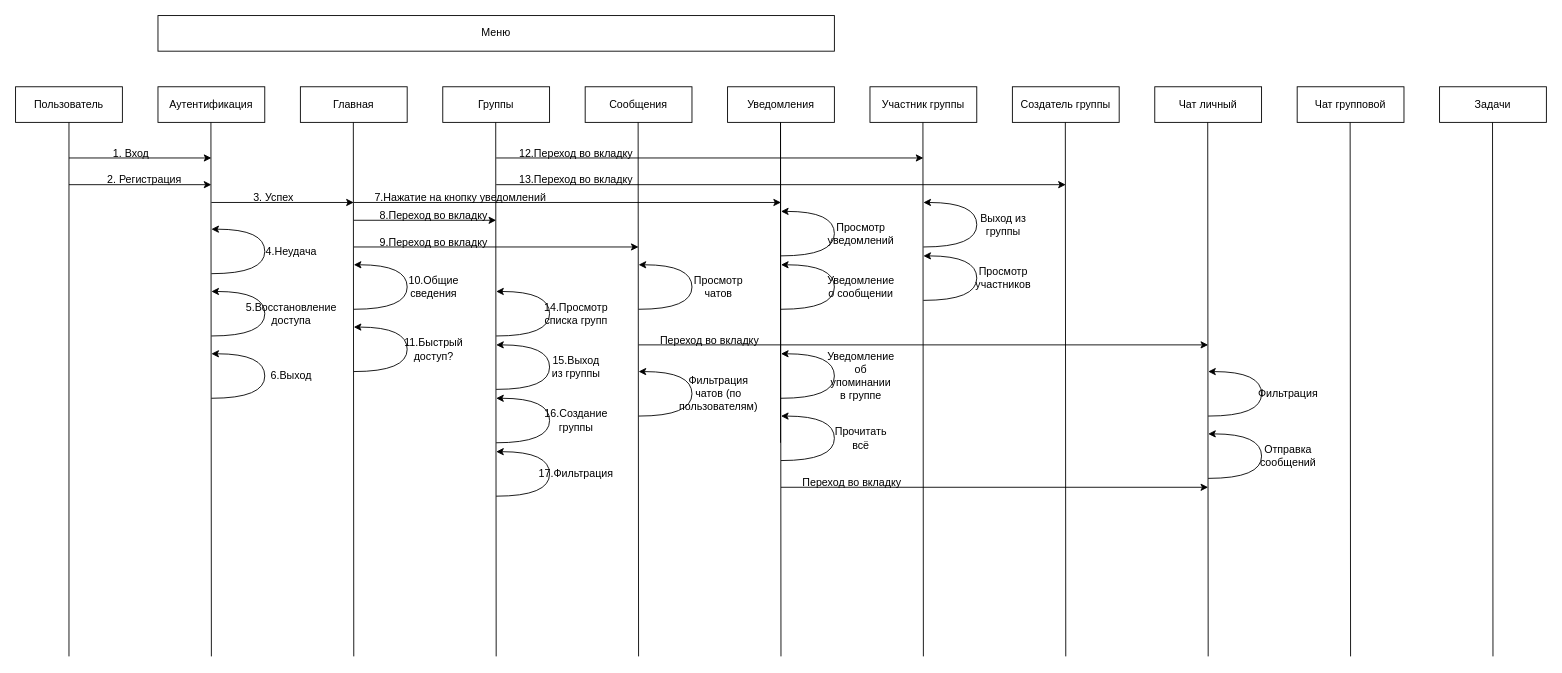
Before: Не программные файлы/Диаграмма последовательности.drawio in Sadaly/StudyTaskManager_Coursework, a draw.io diagram. Source tidied: cells renumbered, new cells numbered last; positions are measured from the earlier drawing's top-left corner, leaving out a move shared by most shapes. Both pictures are drawn from the tidied source at 89%, with x=0, y=0 at pixel (15, 15).
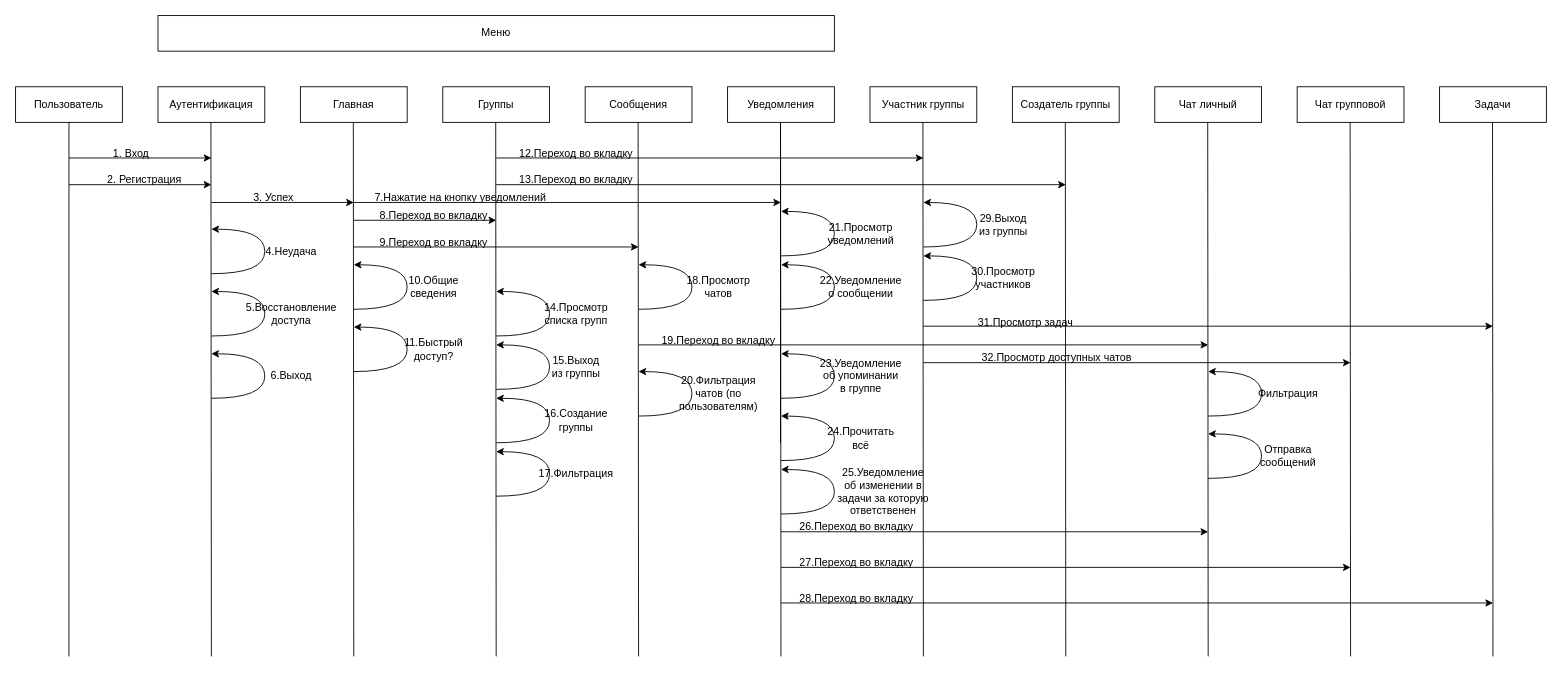
After the change.

The edit, as a diff of the source:
```diff
@@
-    <mxCell id="40" value="Просмотр чатов" style="text;html=1;align=center;verticalAlign=middle;whiteSpace=wrap;rounded=0;" parent="1" vertex="1">
+    <mxCell id="40" value="18.&lt;span style=&quot;background-color: transparent; color: light-dark(rgb(0, 0, 0), rgb(255, 255, 255));&quot;&gt;Просмотр чатов&lt;/span&gt;" style="text;html=1;align=center;verticalAlign=middle;whiteSpace=wrap;rounded=0;" parent="1" vertex="1">
       <mxGeometry x="760" y="290" width="60" height="30" as="geometry" />
     </mxCell>
@@
-    <mxCell id="44" value="Переход во вкладку" style="text;html=1;align=center;verticalAlign=middle;whiteSpace=wrap;rounded=0;" parent="1" vertex="1">
-      <mxGeometry x="720" y="350" width="120" height="30" as="geometry" />
+    <mxCell id="44" value="19.Переход во вкладку" style="text;html=1;align=center;verticalAlign=middle;whiteSpace=wrap;rounded=0;" parent="1" vertex="1">
+      <mxGeometry x="720" y="350" width="140" height="30" as="geometry" />
     </mxCell>
@@
-    <mxCell id="50" value="Фильтрация&lt;div&gt;чатов (по пользователям)&lt;/div&gt;" style="text;html=1;align=center;verticalAlign=middle;whiteSpace=wrap;rounded=0;" parent="1" vertex="1">
+    <mxCell id="50" value="20.Фильтрация&lt;div&gt;чатов (по пользователям)&lt;/div&gt;" style="text;html=1;align=center;verticalAlign=middle;whiteSpace=wrap;rounded=0;" parent="1" vertex="1">
       <mxGeometry x="760" y="410" width="60" height="30" as="geometry" />
     </mxCell>
@@
-    <mxCell id="54" value="Выход из группы" style="text;html=1;align=center;verticalAlign=middle;whiteSpace=wrap;rounded=0;" parent="1" vertex="1">
+    <mxCell id="54" value="29.Выход из группы" style="text;html=1;align=center;verticalAlign=middle;whiteSpace=wrap;rounded=0;" parent="1" vertex="1">
       <mxGeometry x="1080" y="220" width="60" height="30" as="geometry" />
     </mxCell>
@@
-    <mxCell id="56" value="Просмотр участников" style="text;html=1;align=center;verticalAlign=middle;whiteSpace=wrap;rounded=0;" parent="1" vertex="1">
+    <mxCell id="56" value="30.Просмотр участников" style="text;html=1;align=center;verticalAlign=middle;whiteSpace=wrap;rounded=0;" parent="1" vertex="1">
       <mxGeometry x="1080" y="280" width="60" height="30" as="geometry" />
     </mxCell>
@@
-    <mxCell id="67" value="Просмотр уведомлений" style="text;html=1;align=center;verticalAlign=middle;whiteSpace=wrap;rounded=0;" parent="1" vertex="1">
+    <mxCell id="67" value="21.Просмотр уведомлений" style="text;html=1;align=center;verticalAlign=middle;whiteSpace=wrap;rounded=0;" parent="1" vertex="1">
       <mxGeometry x="920" y="230" width="60" height="30" as="geometry" />
     </mxCell>
@@
-    <mxCell id="73" value="Уведомление о сообщении" style="text;html=1;align=center;verticalAlign=middle;whiteSpace=wrap;rounded=0;" parent="1" vertex="1">
+    <mxCell id="73" value="22.Уведомление о сообщении" style="text;html=1;align=center;verticalAlign=middle;whiteSpace=wrap;rounded=0;" parent="1" vertex="1">
       <mxGeometry x="920" y="290" width="60" height="30" as="geometry" />
     </mxCell>
@@
-    <mxCell id="75" value="Уведомление об упоминании в группе" style="text;html=1;align=center;verticalAlign=middle;whiteSpace=wrap;rounded=0;" parent="1" vertex="1">
+    <mxCell id="75" value="23.Уведомление об упоминании в группе" style="text;html=1;align=center;verticalAlign=middle;whiteSpace=wrap;rounded=0;" parent="1" vertex="1">
       <mxGeometry x="920" y="390" width="60" height="30" as="geometry" />
     </mxCell>
@@
-    <mxCell id="77" value="Прочитать всё" style="text;html=1;align=center;verticalAlign=middle;whiteSpace=wrap;rounded=0;" parent="1" vertex="1">
+    <mxCell id="77" value="24.Прочитать всё" style="text;html=1;align=center;verticalAlign=middle;whiteSpace=wrap;rounded=0;" parent="1" vertex="1">
       <mxGeometry x="920" y="460" width="60" height="30" as="geometry" />
     </mxCell>
     <mxCell id="78" style="endArrow=classic;html=1;rounded=0;" parent="1" edge="1">
       <mxGeometry relative="1" as="geometry">
-        <mxPoint x="860" y="530" as="sourcePoint" />
-        <mxPoint x="1340" y="530" as="targetPoint" />
+        <mxPoint x="860" y="580" as="sourcePoint" />
+        <mxPoint x="1340" y="580" as="targetPoint" />
       </mxGeometry>
     </mxCell>
-    <mxCell id="79" value="Переход во вкладку" style="text;html=1;align=center;verticalAlign=middle;whiteSpace=wrap;rounded=0;" parent="1" vertex="1">
-      <mxGeometry x="880" y="510" width="120" height="30" as="geometry" />
+    <mxCell id="79" value="26.Переход во вкладку" style="text;html=1;align=center;verticalAlign=middle;whiteSpace=wrap;rounded=0;" parent="1" vertex="1">
+      <mxGeometry x="880" y="560" width="130" height="30" as="geometry" />
     </mxCell>
@@
+    <mxCell id="84" style="endArrow=classic;html=1;rounded=0;" parent="1" edge="1">
+      <mxGeometry relative="1" as="geometry">
+        <mxPoint x="860" y="620" as="sourcePoint" />
+        <mxPoint x="1500" y="620" as="targetPoint" />
+      </mxGeometry>
+    </mxCell>
+    <mxCell id="85" value="27.Переход во вкладку" style="text;html=1;align=center;verticalAlign=middle;whiteSpace=wrap;rounded=0;" parent="1" vertex="1">
+      <mxGeometry x="880" y="600" width="130" height="30" as="geometry" />
+    </mxCell>
+    <mxCell id="86" style="curved=1;endArrow=classic;html=1;rounded=0;" parent="1" edge="1">
+      <mxGeometry relative="1" as="geometry">
+        <mxPoint x="860" y="560" as="sourcePoint" />
+        <mxPoint x="860" y="510" as="targetPoint" />
+        <Array as="points">
+          <mxPoint x="920" y="560" />
+          <mxPoint x="920" y="510" />
+          <mxPoint x="860" y="510" />
+        </Array>
+      </mxGeometry>
+    </mxCell>
+    <mxCell id="87" value="25.Уведомление об изменении в задачи за которую ответственен" style="text;html=1;align=center;verticalAlign=middle;whiteSpace=wrap;rounded=0;" parent="1" vertex="1">
+      <mxGeometry x="920" y="520" width="110" height="30" as="geometry" />
+    </mxCell>
+    <mxCell id="88" style="endArrow=classic;html=1;rounded=0;" parent="1" edge="1">
+      <mxGeometry relative="1" as="geometry">
+        <mxPoint x="860" y="660" as="sourcePoint" />
+        <mxPoint x="1660" y="660" as="targetPoint" />
+      </mxGeometry>
+    </mxCell>
+    <mxCell id="89" value="28.Переход во вкладку" style="text;html=1;align=center;verticalAlign=middle;whiteSpace=wrap;rounded=0;" parent="1" vertex="1">
+      <mxGeometry x="880" y="640" width="130" height="30" as="geometry" />
+    </mxCell>
+    <mxCell id="90" value="31.Просмотр задач" style="text;html=1;align=center;verticalAlign=middle;whiteSpace=wrap;rounded=0;" parent="1" vertex="1">
+      <mxGeometry x="1080" y="330" width="110" height="30" as="geometry" />
+    </mxCell>
+    <mxCell id="91" style="endArrow=classic;html=1;rounded=0;" parent="1" edge="1">
+      <mxGeometry relative="1" as="geometry">
+        <mxPoint x="1020" y="349" as="sourcePoint" />
+        <mxPoint x="1660" y="349" as="targetPoint" />
+      </mxGeometry>
+    </mxCell>
+    <mxCell id="92" style="endArrow=classic;html=1;rounded=0;" parent="1" edge="1">
+      <mxGeometry relative="1" as="geometry">
+        <mxPoint x="1020" y="390" as="sourcePoint" />
+        <mxPoint x="1500" y="390" as="targetPoint" />
+      </mxGeometry>
+    </mxCell>
+    <mxCell id="93" value="32.Просмотр доступных чатов" style="text;html=1;align=center;verticalAlign=middle;whiteSpace=wrap;rounded=0;" parent="1" vertex="1">
+      <mxGeometry x="1080" y="370" width="180" height="30" as="geometry" />
+    </mxCell>
```
